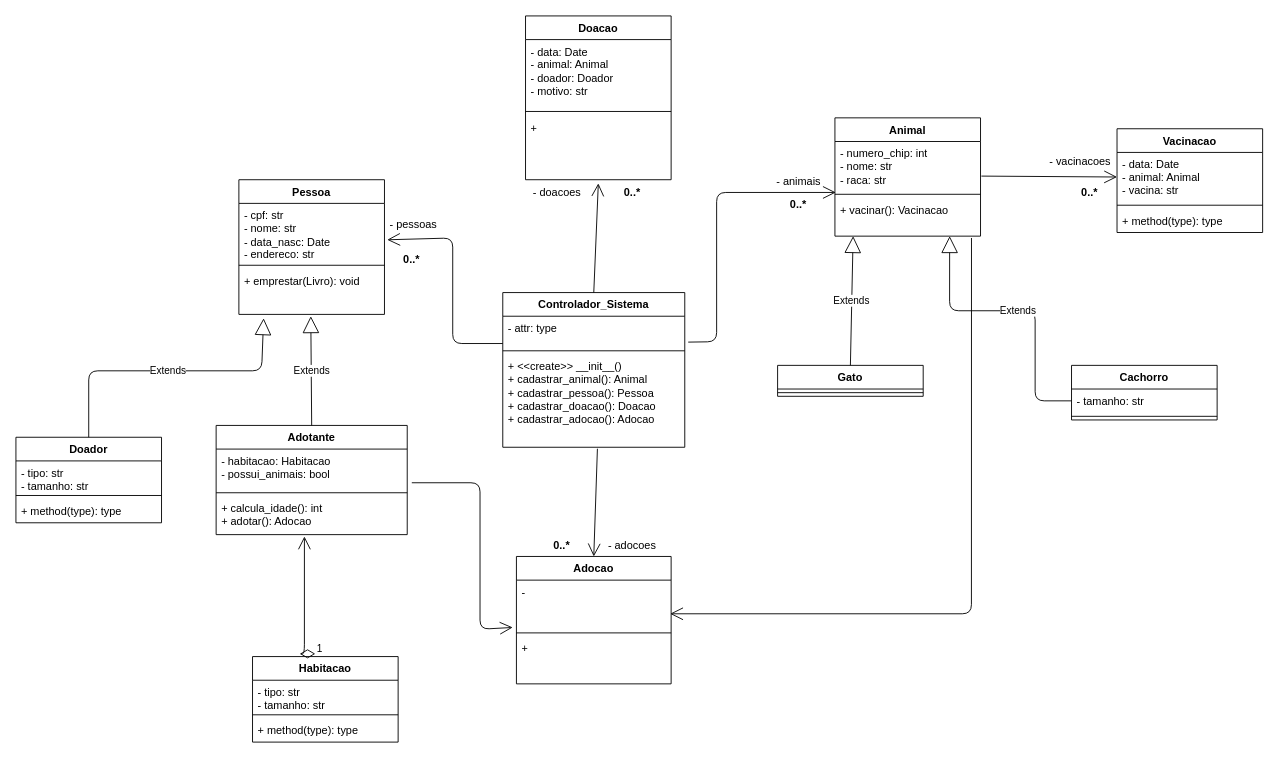
This is AdoçõesONG(Classes).drawio from ChrisBarlera/Trabalho-DSOO1, a draw.io file, before an edit. Source tidied: cells renumbered, new cells numbered last; positions are measured from the earlier drawing's top-left corner, leaving out a move shared by most shapes. Both pictures are drawn from the tidied source at 91%, with x=0, y=0 at pixel (15, 15).
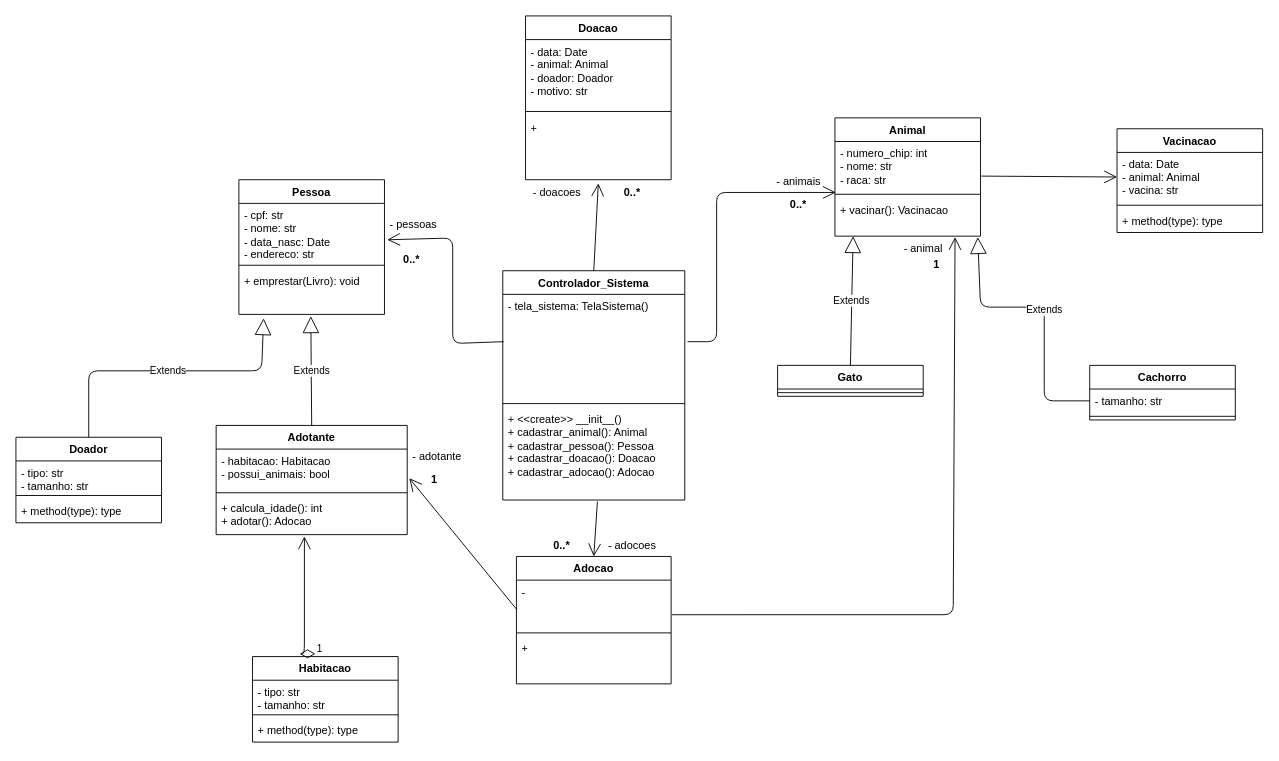
The same diagram, later.

The change refers to these unchanged cells:
```xml
<mxCell id="7" value="- cpf: str&lt;div&gt;- nome: str&lt;br&gt;&lt;/div&gt;&lt;div&gt;- data_nasc: Date&lt;br&gt;&lt;/div&gt;&lt;div&gt;- endereco: str&lt;/div&gt;" style="text;strokeColor=none;fillColor=none;align=left;verticalAlign=top;spacingLeft=4;spacingRight=4;overflow=hidden;points=[[0,0.5],[1,0.5]];portConstraint=eastwest;whiteSpace=wrap;html=1;" parent="6" vertex="1">
  <mxGeometry y="26" width="160" height="64" as="geometry" />
</mxCell>
<mxCell id="15" value="-" style="text;strokeColor=none;fillColor=none;align=left;verticalAlign=top;spacingLeft=4;spacingRight=4;overflow=hidden;points=[[0,0.5],[1,0.5]];portConstraint=eastwest;whiteSpace=wrap;html=1;" parent="14" vertex="1">
  <mxGeometry y="26" width="170" height="54" as="geometry" />
</mxCell>
<mxCell id="19" value="- numero_chip: int&lt;br&gt;- nome: str&lt;br&gt;&lt;div&gt;- raca: str&lt;br&gt;&lt;/div&gt;" style="text;strokeColor=none;fillColor=none;align=left;verticalAlign=top;spacingLeft=4;spacingRight=4;overflow=hidden;points=[[0,0.5],[1,0.5]];portConstraint=eastwest;whiteSpace=wrap;html=1;" parent="18" vertex="1">
  <mxGeometry y="26" width="160" height="54" as="geometry" />
</mxCell>
<mxCell id="21" value="+ vacinar(): Vacinacao" style="text;strokeColor=none;fillColor=none;align=left;verticalAlign=top;spacingLeft=4;spacingRight=4;overflow=hidden;points=[[0,0.5],[1,0.5]];portConstraint=eastwest;whiteSpace=wrap;html=1;" parent="18" vertex="1">
  <mxGeometry y="88" width="160" height="42" as="geometry" />
</mxCell>
<mxCell id="25" value="- tamanho: str" style="text;strokeColor=none;fillColor=none;align=left;verticalAlign=top;spacingLeft=4;spacingRight=4;overflow=hidden;points=[[0,0.5],[1,0.5]];portConstraint=eastwest;" parent="24" vertex="1">
  <mxGeometry y="26" width="160" height="26" as="geometry" />
</mxCell>
<mxCell id="30" value="- habitacao: Habitacao&#10;- possui_animais: bool" style="text;strokeColor=none;fillColor=none;align=left;verticalAlign=top;spacingLeft=4;spacingRight=4;overflow=hidden;points=[[0,0.5],[1,0.5]];portConstraint=eastwest;" parent="29" vertex="1">
  <mxGeometry y="26" width="210" height="44" as="geometry" />
</mxCell>
```

Diff of the diagram source:
```diff
@@
     <mxCell id="2" value="Controlador_Sistema" style="swimlane;fontStyle=1;align=center;verticalAlign=top;horizontal=1;startSize=26;whiteSpace=wrap;html=1;" parent="1" vertex="1">
-      <mxGeometry x="535" y="304" width="200" height="170" as="geometry" />
+      <mxGeometry x="535" y="280" width="200" height="252" as="geometry" />
     </mxCell>
-    <mxCell id="3" value="- attr: type" style="text;strokeColor=none;fillColor=none;align=left;verticalAlign=top;spacingLeft=4;spacingRight=4;overflow=hidden;points=[[0,0.5],[1,0.5]];portConstraint=eastwest;whiteSpace=wrap;html=1;" parent="2" vertex="1">
-      <mxGeometry y="26" width="200" height="34" as="geometry" />
+    <mxCell id="3" value="- tela_sistema: TelaSistema()" style="text;strokeColor=none;fillColor=none;align=left;verticalAlign=top;spacingLeft=4;spacingRight=4;overflow=hidden;points=[[0,0.5],[1,0.5]];portConstraint=eastwest;whiteSpace=wrap;html=1;" parent="2" vertex="1">
+      <mxGeometry y="26" width="200" height="116" as="geometry" />
     </mxCell>
     <mxCell id="4" style="line;strokeWidth=1;fillColor=none;align=left;verticalAlign=middle;spacingTop=-1;spacingLeft=3;spacingRight=3;labelPosition=right;strokeColor=inherit;" parent="2" vertex="1">
-      <mxGeometry y="60" width="200" height="8" as="geometry" />
+      <mxGeometry y="142" width="200" height="8" as="geometry" />
     </mxCell>
     <mxCell id="5" value="&lt;span style=&quot;&quot;&gt;+ &amp;lt;&amp;lt;create&amp;gt;&amp;gt; __init__()&lt;/span&gt;&lt;br&gt;+ cadastrar_animal(): Animal&amp;nbsp;&lt;br&gt;+ cadastrar_pessoa(): Pessoa&amp;nbsp;&lt;br&gt;+ cadastrar_doacao(): Doacao&lt;br&gt;+ cadastrar_adocao(): Adocao&amp;nbsp;&amp;nbsp;" style="text;strokeColor=none;fillColor=none;align=left;verticalAlign=top;spacingLeft=4;spacingRight=4;overflow=hidden;points=[[0,0.5],[1,0.5]];portConstraint=eastwest;whiteSpace=wrap;html=1;" parent="2" vertex="1">
-      <mxGeometry y="68" width="200" height="102" as="geometry" />
+      <mxGeometry y="150" width="200" height="102" as="geometry" />
     </mxCell>
@@
     <mxCell id="24" value="Cachorro" style="swimlane;fontStyle=1;align=center;verticalAlign=top;horizontal=1;startSize=26;" parent="1" vertex="1">
-      <mxGeometry x="1160" y="384" width="160" height="60" as="geometry" />
+      <mxGeometry x="1180" y="384" width="160" height="60" as="geometry" />
     </mxCell>
@@
-    <mxCell id="28" value="Extends" style="endArrow=block;endSize=16;endFill=0;html=1;exitX=0;exitY=0.5;exitDx=0;exitDy=0;entryX=0.788;entryY=1;entryDx=0;entryDy=0;entryPerimeter=0;" parent="1" edge="1" source="25" target="21">
+    <mxCell id="28" value="Extends" style="endArrow=block;endSize=16;endFill=0;html=1;exitX=0;exitY=0.5;exitDx=0;exitDy=0;entryX=0.981;entryY=1.024;entryDx=0;entryDy=0;entryPerimeter=0;" parent="1" edge="1" source="25" target="21">
       <mxGeometry relative="1" as="geometry">
         <Array as="points">
-          <mxPoint x="1120" y="423" />
-          <mxPoint x="1120" y="324" />
-          <mxPoint x="1026" y="324" />
+          <mxPoint x="1130" y="423" />
+          <mxPoint x="1130" y="320" />
+          <mxPoint x="1060" y="320" />
         </Array>
       </mxGeometry>
     </mxCell>
@@
-    <mxCell id="39" value="- vacinacoes" style="text;strokeColor=none;fillColor=none;align=left;verticalAlign=top;spacingLeft=4;spacingRight=4;overflow=hidden;" parent="1" vertex="1">
-      <mxGeometry x="1130" y="146" width="100" height="26" as="geometry" />
+    <mxCell id="39" value="- animal" style="text;strokeColor=none;fillColor=none;align=left;verticalAlign=top;spacingLeft=4;spacingRight=4;overflow=hidden;" parent="1" vertex="1">
+      <mxGeometry x="970" y="242" width="57" height="26" as="geometry" />
     </mxCell>
@@
-    <mxCell id="48" style="endArrow=open;endFill=1;endSize=12;html=1;exitX=1.019;exitY=0.837;exitDx=0;exitDy=0;exitPerimeter=0;entryX=0.006;entryY=1.037;entryDx=0;entryDy=0;entryPerimeter=0;" parent="1" edge="1" source="3" target="19">
+    <mxCell id="48" style="endArrow=open;endFill=1;endSize=12;html=1;exitX=1.015;exitY=0.448;exitDx=0;exitDy=0;exitPerimeter=0;entryX=0.006;entryY=1.037;entryDx=0;entryDy=0;entryPerimeter=0;" parent="1" edge="1" source="3" target="19">
       <mxGeometry relative="1" as="geometry">
         <Array as="points">
           <mxPoint x="770" y="358" />
           <mxPoint x="770" y="194" />
         </Array>
       </mxGeometry>
     </mxCell>
@@
-    <mxCell id="52" style="endArrow=open;endFill=1;endSize=12;html=1;exitX=0.938;exitY=1.048;exitDx=0;exitDy=0;exitPerimeter=0;entryX=0.994;entryY=0.685;entryDx=0;entryDy=0;entryPerimeter=0;" parent="1" edge="1" source="21" target="15">
-      <mxGeometry relative="1" as="geometry">
-        <Array as="points">
-          <mxPoint x="1050" y="657" />
-        </Array>
-      </mxGeometry>
-    </mxCell>
-    <mxCell id="53" style="endArrow=open;endFill=1;endSize=12;html=1;exitX=1.024;exitY=0.841;exitDx=0;exitDy=0;exitPerimeter=0;entryX=-0.024;entryY=0.963;entryDx=0;entryDy=0;entryPerimeter=0;" parent="1" edge="1" source="30" target="15">
-      <mxGeometry relative="1" as="geometry">
-        <Array as="points">
-          <mxPoint x="510" y="513" />
-          <mxPoint x="510" y="674" />
-        </Array>
-      </mxGeometry>
-    </mxCell>
-    <mxCell id="54" style="endArrow=open;endFill=1;endSize=12;html=1;entryX=1.019;entryY=0.625;entryDx=0;entryDy=0;entryPerimeter=0;exitX=0;exitY=0.882;exitDx=0;exitDy=0;exitPerimeter=0;" parent="1" edge="1" source="3" target="7">
+    <mxCell id="54" style="endArrow=open;endFill=1;endSize=12;html=1;entryX=1.019;entryY=0.625;entryDx=0;entryDy=0;entryPerimeter=0;exitX=0.005;exitY=0.448;exitDx=0;exitDy=0;exitPerimeter=0;" parent="1" edge="1" source="3" target="7">
       <mxGeometry relative="1" as="geometry">
         <Array as="points">
           <mxPoint x="480" y="360" />
           <mxPoint x="480" y="244" />
         </Array>
       </mxGeometry>
     </mxCell>
@@
-    <mxCell id="63" value="0..*" style="text;align=center;fontStyle=1;verticalAlign=middle;spacingLeft=3;spacingRight=3;strokeColor=none;" parent="1" vertex="1">
-      <mxGeometry x="1140" y="180" width="80" height="26" as="geometry" />
+    <mxCell id="63" value="1" style="text;align=center;fontStyle=1;verticalAlign=middle;spacingLeft=3;spacingRight=3;strokeColor=none;" parent="1" vertex="1">
+      <mxGeometry x="997" y="260" width="30" height="26" as="geometry" />
     </mxCell>
@@
+    <mxCell id="65" style="endArrow=open;endFill=1;endSize=12;html=1;exitX=1.006;exitY=0.704;exitDx=0;exitDy=0;exitPerimeter=0;entryX=0.825;entryY=1.024;entryDx=0;entryDy=0;entryPerimeter=0;" parent="1" edge="1" source="15" target="21">
+      <mxGeometry relative="1" as="geometry">
+        <Array as="points">
+          <mxPoint x="1030" y="658" />
+        </Array>
+      </mxGeometry>
+    </mxCell>
+    <mxCell id="66" style="endArrow=open;endFill=1;endSize=12;html=1;exitX=0.002;exitY=0.597;exitDx=0;exitDy=0;exitPerimeter=0;entryX=1.011;entryY=0.727;entryDx=0;entryDy=0;entryPerimeter=0;" parent="1" edge="1" source="15" target="30">
+      <mxGeometry relative="1" as="geometry" />
+    </mxCell>
+    <mxCell id="67" value="- adotante" style="text;strokeColor=none;fillColor=none;align=left;verticalAlign=top;spacingLeft=4;spacingRight=4;overflow=hidden;" parent="1" vertex="1">
+      <mxGeometry x="430" y="471" width="75" height="26" as="geometry" />
+    </mxCell>
+    <mxCell id="68" value="1" style="text;align=center;fontStyle=1;verticalAlign=middle;spacingLeft=3;spacingRight=3;strokeColor=none;" parent="1" vertex="1">
+      <mxGeometry x="445" y="497" width="30" height="23" as="geometry" />
+    </mxCell>
```
